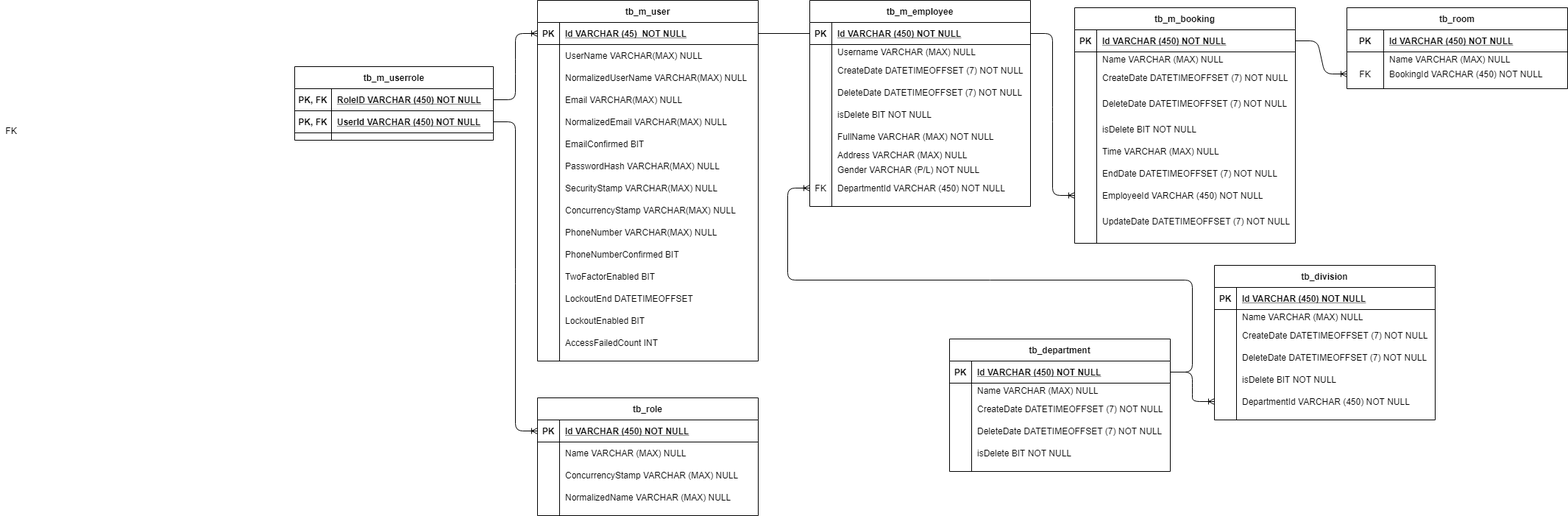
Above: ERDRevisi_MeetingScheduler.png in bootcamp-36-NET/Kelompok1_Meeting-Scheduler_Cahya-Julian_Rahayu-Putri (draw.io), before the change. Source tidied: cells renumbered, new cells last; positions are measured from the earlier drawing's top-left corner, leaving out a move shared by most shapes.
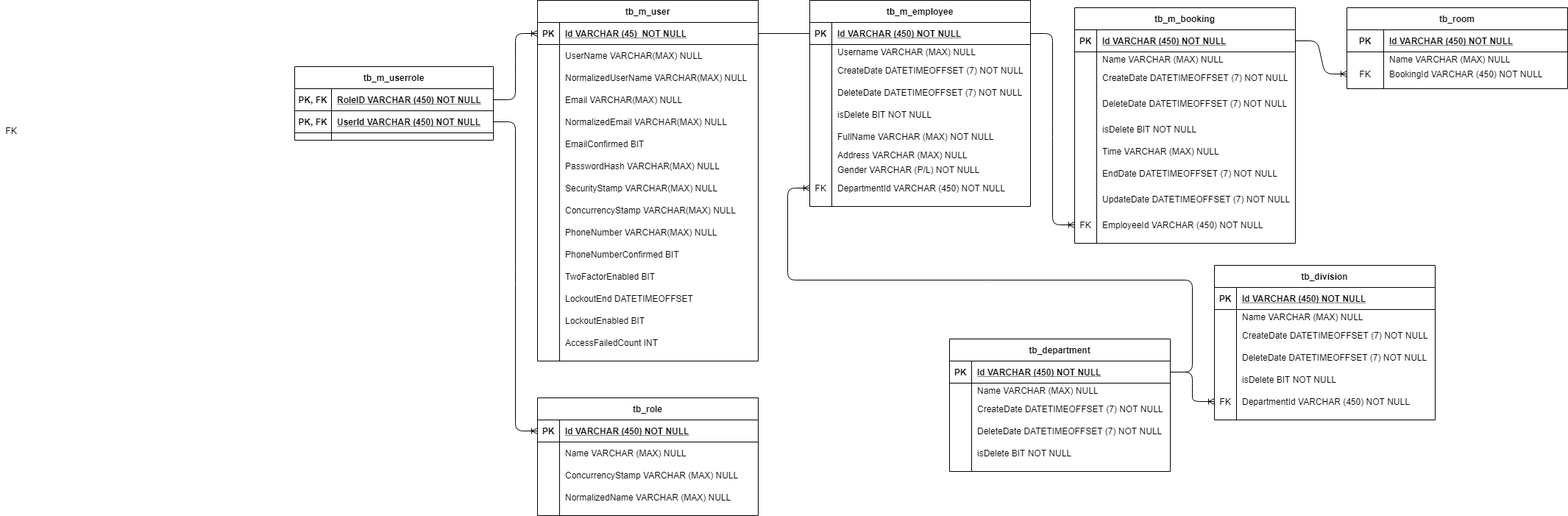
After the change.

Diff of the diagram source:
```diff
@@ -326,7 +326,7 @@
     <mxCell id="109" value="FK" style="shape=partialRectangle;overflow=hidden;fillColor=none;top=0;left=0;bottom=0;right=0;fontStyle=0;" parent="1" vertex="1">
       <mxGeometry y="162" width="30" height="30" as="geometry" />
     </mxCell>
-    <mxCell id="110" style="edgeStyle=entityRelationEdgeStyle;fontSize=12;html=1;endArrow=ERoneToMany;exitX=1;exitY=0.5;exitDx=0;exitDy=0;" parent="1" edge="1" source="12" target="133">
+    <mxCell id="110" style="edgeStyle=entityRelationEdgeStyle;fontSize=12;html=1;endArrow=ERoneToMany;exitX=1;exitY=0.5;exitDx=0;exitDy=0;entryX=0;entryY=0.5;entryDx=0;entryDy=0;" parent="1" edge="1" source="12" target="177">
       <mxGeometry relative="1" as="geometry" />
     </mxCell>
     <mxCell id="111" value="tb_m_booking" style="shape=table;startSize=30;rowLines=0;fontStyle=1;align=center;" parent="1" vertex="1">
@@ -395,17 +395,8 @@
     <mxCell id="132" value="EndDate DATETIMEOFFSET (7) NOT NULL" style="shape=partialRectangle;overflow=hidden;fillColor=none;top=0;left=0;bottom=0;right=0;align=left;spacingLeft=6;" parent="130" vertex="1">
       <mxGeometry x="30" width="270" height="30" as="geometry" />
     </mxCell>
-    <mxCell id="133" style="shape=partialRectangle;fillColor=none;points=[[0,0.5],[1,0.5]];portConstraint=eastwest;top=0;left=0;right=0;bottom=0;" parent="111" vertex="1">
-      <mxGeometry y="240" width="300" height="30" as="geometry" />
-    </mxCell>
-    <mxCell id="134" style="shape=partialRectangle;overflow=hidden;fillColor=none;top=0;left=0;bottom=0;right=0;" parent="133" vertex="1">
-      <mxGeometry width="30" height="30" as="geometry" />
-    </mxCell>
-    <mxCell id="135" value="EmployeeId VARCHAR (450) NOT NULL" style="shape=partialRectangle;overflow=hidden;fillColor=none;top=0;left=0;bottom=0;right=0;align=left;spacingLeft=6;" parent="133" vertex="1">
-      <mxGeometry x="30" width="270" height="30" as="geometry" />
-    </mxCell>
     <mxCell id="136" style="shape=partialRectangle;fillColor=none;top=0;left=0;right=0;bottom=0;" parent="111" vertex="1">
-      <mxGeometry y="270" width="300" height="40" as="geometry" />
+      <mxGeometry y="240" width="300" height="40" as="geometry" />
     </mxCell>
     <mxCell id="137" style="shape=partialRectangle;overflow=hidden;fillColor=none;top=0;left=0;bottom=0;right=0;" parent="136" vertex="1">
       <mxGeometry width="30" height="40" as="geometry" />
@@ -413,6 +404,15 @@
     <mxCell id="138" value="UpdateDate DATETIMEOFFSET (7) NOT NULL" style="shape=partialRectangle;overflow=hidden;fillColor=none;top=0;left=0;bottom=0;right=0;align=left;spacingLeft=6;" parent="136" vertex="1">
       <mxGeometry x="30" width="270" height="40" as="geometry" />
     </mxCell>
+    <mxCell id="177" style="shape=partialRectangle;fillColor=none;points=[[0,0.5],[1,0.5]];portConstraint=eastwest;top=0;left=0;right=0;bottom=0;" parent="111" vertex="1">
+      <mxGeometry y="280" width="300" height="30" as="geometry" />
+    </mxCell>
+    <mxCell id="178" value="FK" style="shape=partialRectangle;overflow=hidden;fillColor=none;top=0;left=0;bottom=0;right=0;" parent="177" vertex="1">
+      <mxGeometry width="30" height="30" as="geometry" />
+    </mxCell>
+    <mxCell id="135" value="EmployeeId VARCHAR (450) NOT NULL" style="shape=partialRectangle;overflow=hidden;fillColor=none;top=0;left=0;bottom=0;right=0;align=left;spacingLeft=6;" parent="177" vertex="1">
+      <mxGeometry x="30" width="270" height="30" as="geometry" />
+    </mxCell>
     <mxCell id="139" style="edgeStyle=entityRelationEdgeStyle;fontSize=12;html=1;endArrow=ERoneToMany;exitX=1;exitY=0.5;exitDx=0;exitDy=0;entryX=0;entryY=0.5;entryDx=0;entryDy=0;" parent="1" edge="1" source="141" target="172">
       <mxGeometry relative="1" as="geometry" />
     </mxCell>
@@ -515,7 +515,7 @@
     <mxCell id="172" style="shape=partialRectangle;fillColor=none;points=[[0,0.5],[1,0.5]];portConstraint=eastwest;top=0;left=0;right=0;bottom=0;" parent="156" vertex="1">
       <mxGeometry y="170" width="300" height="30" as="geometry" />
     </mxCell>
-    <mxCell id="173" style="shape=partialRectangle;overflow=hidden;fillColor=none;top=0;left=0;bottom=0;right=0;" parent="172" vertex="1">
+    <mxCell id="173" value="FK" style="shape=partialRectangle;overflow=hidden;fillColor=none;top=0;left=0;bottom=0;right=0;" parent="172" vertex="1">
       <mxGeometry width="30" height="30" as="geometry" />
     </mxCell>
     <mxCell id="174" value="DepartmentId VARCHAR (450) NOT NULL" style="shape=partialRectangle;overflow=hidden;fillColor=none;top=0;left=0;bottom=0;right=0;align=left;spacingLeft=6;" parent="172" vertex="1">
```
